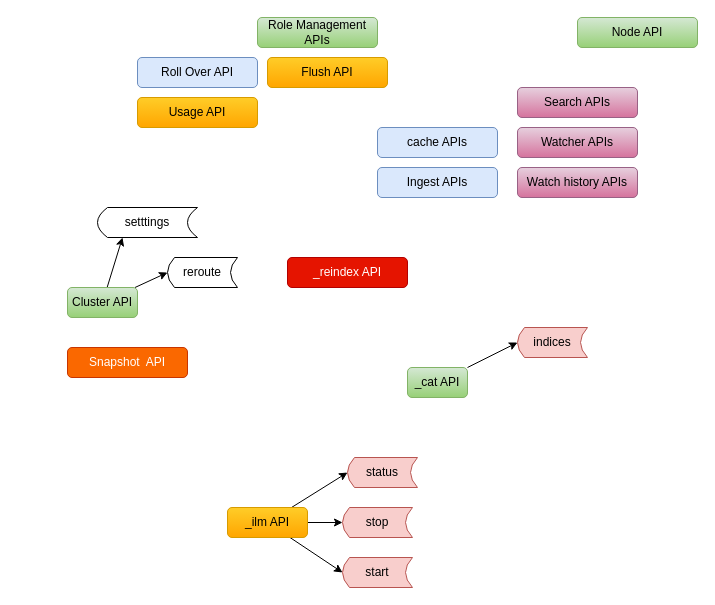
This is page "Administration APIs" (2 of 4) of My Articles/elastic stack/ES REST APIs.drawio from paramothers/books, a draw.io file, before an edit. Source tidied: cells renumbered, new cells numbered last; positions are measured from the earlier drawing's top-left corner, leaving out a move shared by most shapes. Both pictures are drawn from the tidied source at 100%, with x=0, y=0 at pixel (67, 17).
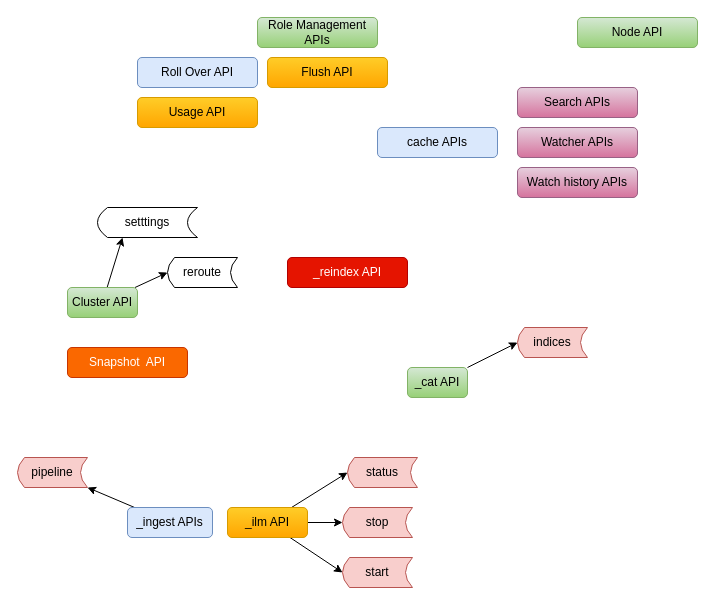
Above is the later version.

What changed in the source:
```diff
@@
+    <mxCell id="29" style="edgeStyle=none;rounded=0;jettySize=auto;html=1;entryX=1;entryY=1;entryDx=0;entryDy=0;" parent="1" edge="1" source="15" target="30">
+      <mxGeometry relative="1" as="geometry" />
+    </mxCell>
-    <mxCell id="15" value="Ingest APIs" style="rounded=1;whiteSpace=wrap;html=1;fillColor=#dae8fc;strokeColor=#6c8ebf;" parent="1" vertex="1">
-      <mxGeometry x="310" y="150" width="120" height="30" as="geometry" />
+    <mxCell id="15" value="_ingest APIs" style="rounded=1;whiteSpace=wrap;html=1;fillColor=#dae8fc;strokeColor=#6c8ebf;" parent="1" vertex="1">
+      <mxGeometry x="60" y="490" width="85" height="30" as="geometry" />
     </mxCell>
@@
+    <mxCell id="30" value="pipeline" style="shape=dataStorage;whiteSpace=wrap;html=1;fillColor=#f8cecc;strokeColor=#b85450;" parent="1" vertex="1">
+      <mxGeometry x="-50" y="440" width="70" height="30" as="geometry" />
+    </mxCell>
```
